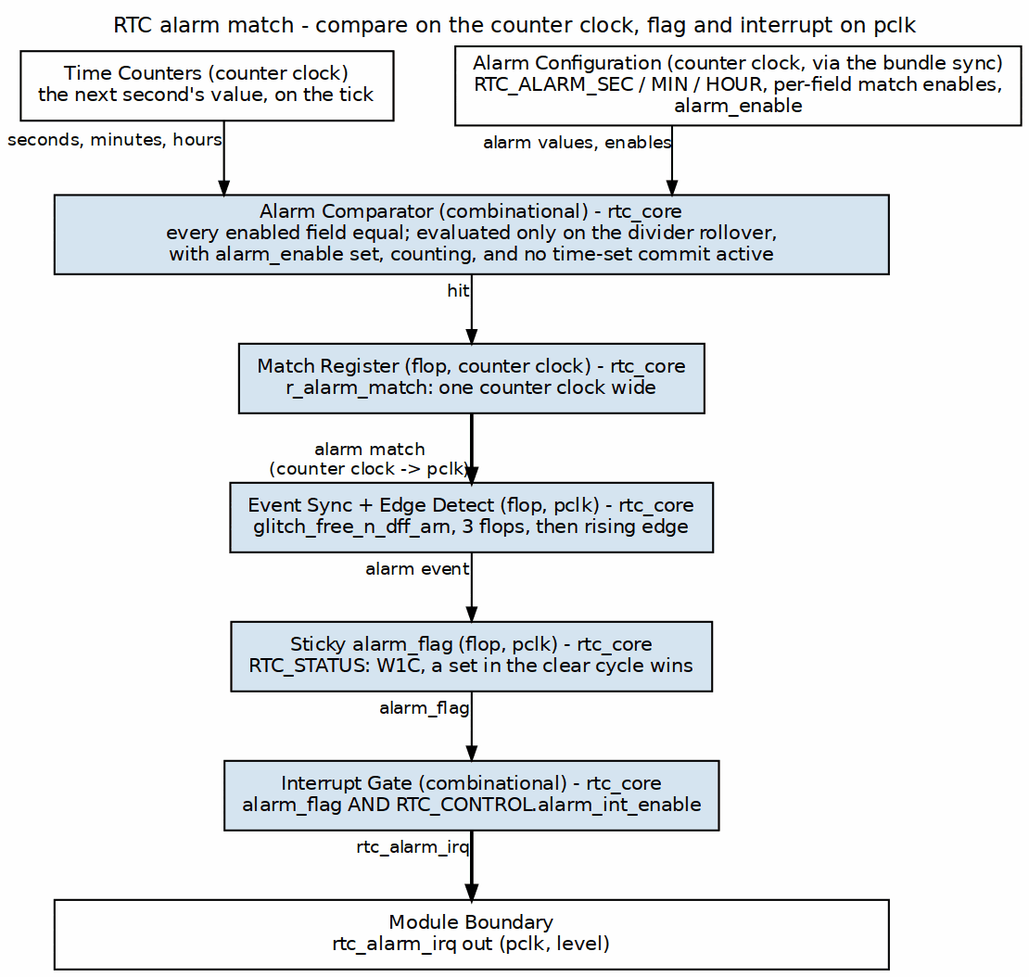
Earlier version of the Graphviz export projects/components/legacy-ip/retro_legacy_blocks/docs/rtc_mas/assets/graphviz/rtc_alarm_match.png (sean-galloway/RTLDesignSherpa). Its source is kept beside it as projects/components/legacy-ip/retro_legacy_blocks/docs/rtc_mas/assets/graphviz/rtc_alarm_match.dot.
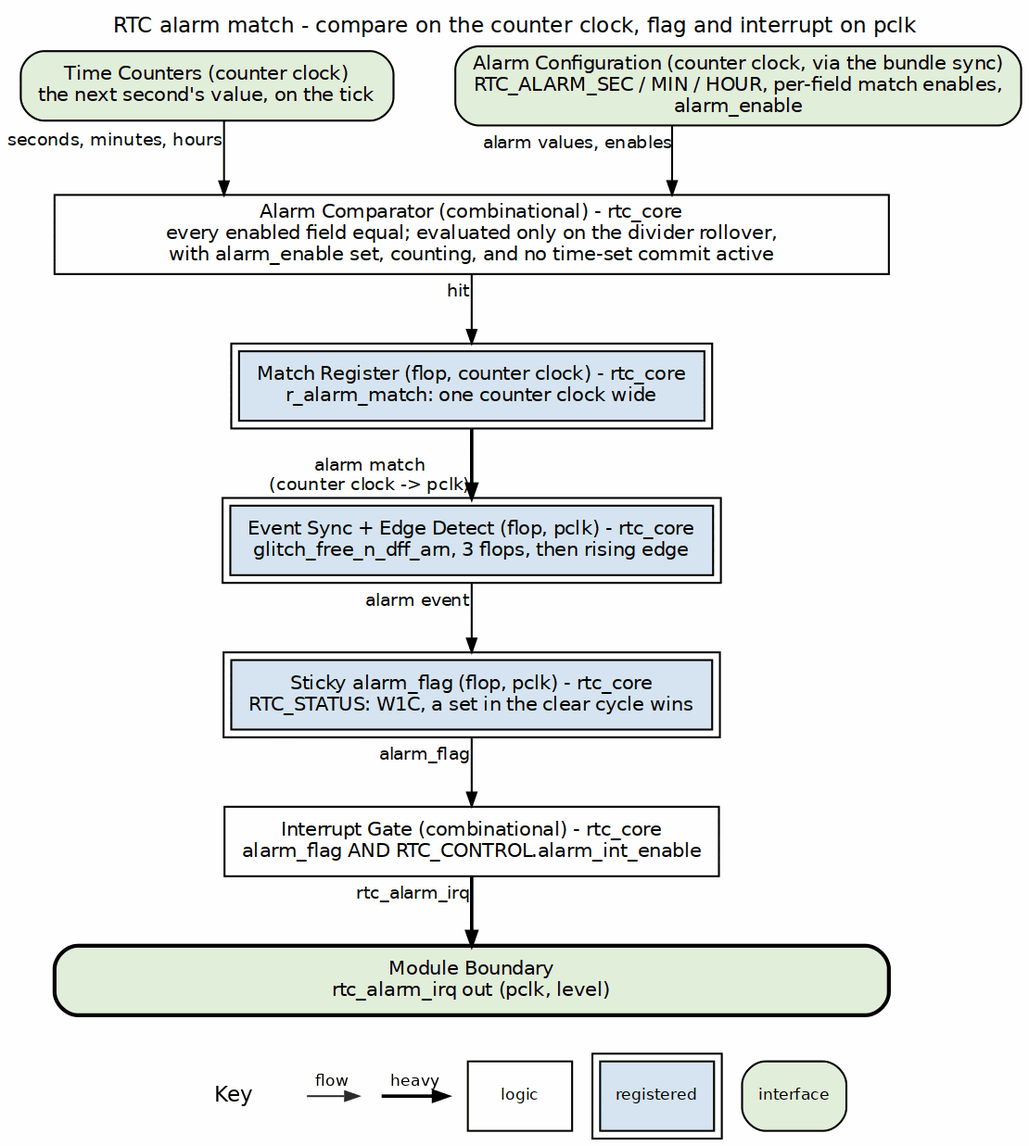
The same file after the commit.

The edit, as a diff of the source:
```diff
@@ -4,19 +4,19 @@
            label="RTC alarm match - compare on the counter clock, flag and interrupt on pclk",
            labelloc=t, labeljust=c];
     node  [fontname="Helvetica", fontsize=10, shape=box, style=filled,
-           fillcolor="#D6E4F0", color="black", margin="0.12,0.06"];
+           fillcolor="white", color="black", margin="0.12,0.06"];
     edge  [fontname="Helvetica", fontsize=9, color="black", arrowsize=0.7];
 
-    tm  [group=L, fillcolor="white", label="Time Counters (counter clock)\nthe next second's value, on the tick"];
-    al  [group=R, fillcolor="white", label="Alarm Configuration (counter clock, via the bundle sync)\nRTC_ALARM_SEC / MIN / HOUR, per-field match enables,\nalarm_enable"];
+    tm  [group=L, fillcolor="white", label="Time Counters (counter clock)\nthe next second's value, on the tick", style="rounded,filled", fillcolor="#E2EFDA"];
+    al  [group=R, fillcolor="white", label="Alarm Configuration (counter clock, via the bundle sync)\nRTC_ALARM_SEC / MIN / HOUR, per-field match enables,\nalarm_enable", style="rounded,filled", fillcolor="#E2EFDA"];
 
-    cmp [group=C, width=6.0, label="Alarm Comparator (combinational) - rtc_core\nevery enabled field equal; evaluated only on the divider rollover,\nwith alarm_enable set, counting, and no time-set commit active"];
-    mr  [group=C, label="Match Register (flop, counter clock) - rtc_core\nr_alarm_match: one counter clock wide"];
-    es  [group=C, label="Event Sync + Edge Detect (flop, pclk) - rtc_core\nglitch_free_n_dff_arn, 3 flops, then rising edge"];
-    fl  [group=C, label="Sticky alarm_flag (flop, pclk) - rtc_core\nRTC_STATUS: W1C, a set in the clear cycle wins"];
-    gt  [group=C, label="Interrupt Gate (combinational) - rtc_core\nalarm_flag AND RTC_CONTROL.alarm_int_enable"];
+    cmp [group=C, width=6.0, label="Alarm Comparator (combinational) - rtc_core\nevery enabled field equal; evaluated only on the divider rollover,\nwith alarm_enable set, counting, and no time-set commit active", style="filled", fillcolor="white"];
+    mr  [group=C, label="Match Register (flop, counter clock) - rtc_core\nr_alarm_match: one counter clock wide", peripheries=2, style="filled", fillcolor="#D6E4F0"];
+    es  [group=C, label="Event Sync + Edge Detect (flop, pclk) - rtc_core\nglitch_free_n_dff_arn, 3 flops, then rising edge", peripheries=2, style="filled", fillcolor="#D6E4F0"];
+    fl  [group=C, label="Sticky alarm_flag (flop, pclk) - rtc_core\nRTC_STATUS: W1C, a set in the clear cycle wins", peripheries=2, style="filled", fillcolor="#D6E4F0"];
+    gt  [group=C, label="Interrupt Gate (combinational) - rtc_core\nalarm_flag AND RTC_CONTROL.alarm_int_enable", style="filled", fillcolor="white"];
 
-    bar [group=C, fillcolor="white", width=6.0, label="Module Boundary\nrtc_alarm_irq out (pclk, level)"];
+    bar [group=C, fillcolor="white", width=6.0, label="Module Boundary\nrtc_alarm_irq out (pclk, level)", style="rounded,filled,bold", fillcolor="#E2EFDA"];
 
     tm  -> cmp [xlabel="seconds, minutes, hours"];
     al  -> cmp [xlabel="alarm values, enables"];
```
